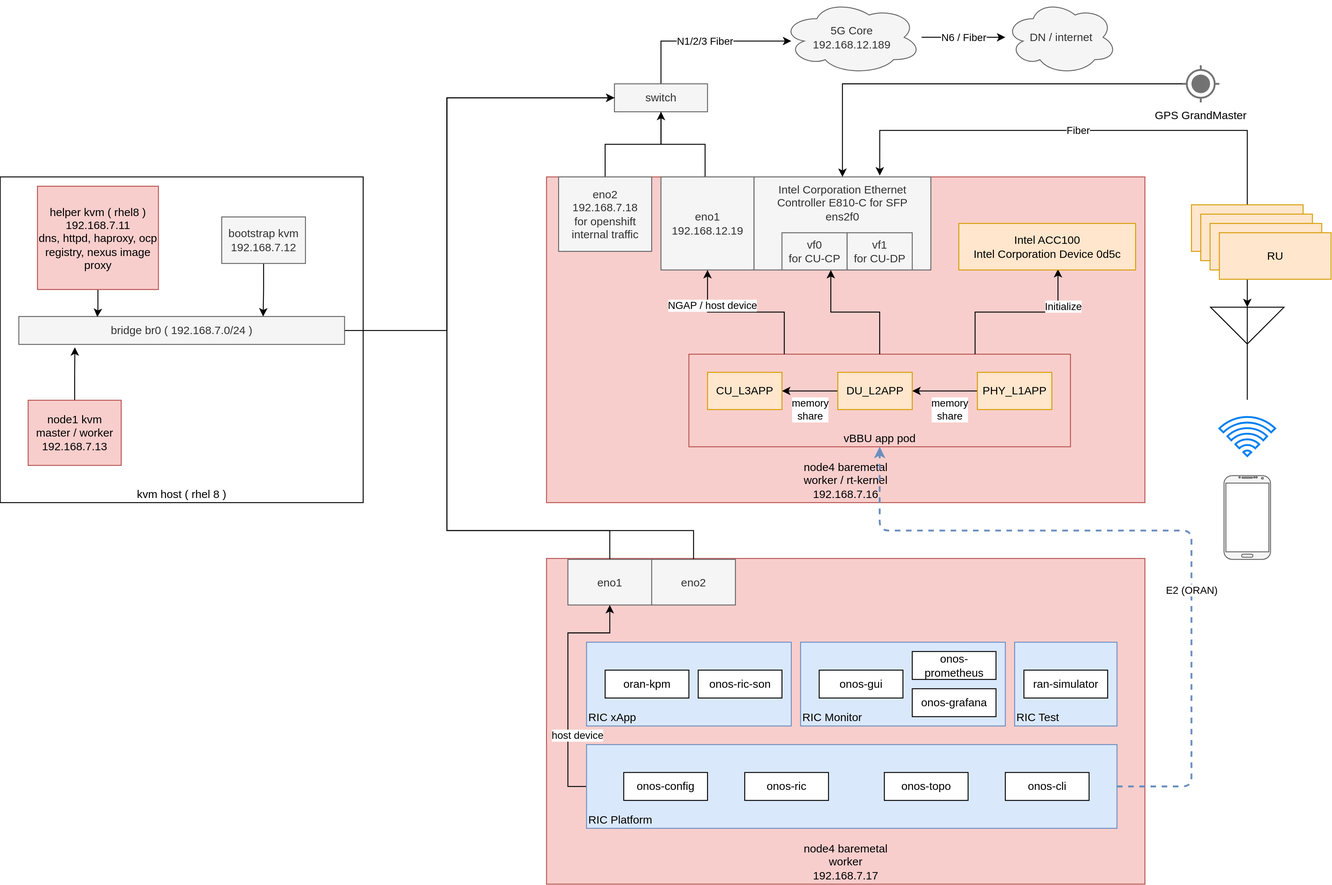
The draw.io diagram redhat/ocp4/4.10/dia/4.9.real-time.kernel.drawio.svg in wangzheng422/docker_env, before a commit. Source tidied: cells renumbered, new cells last; positions are measured from the earlier drawing's top-left corner, leaving out a move shared by most shapes.
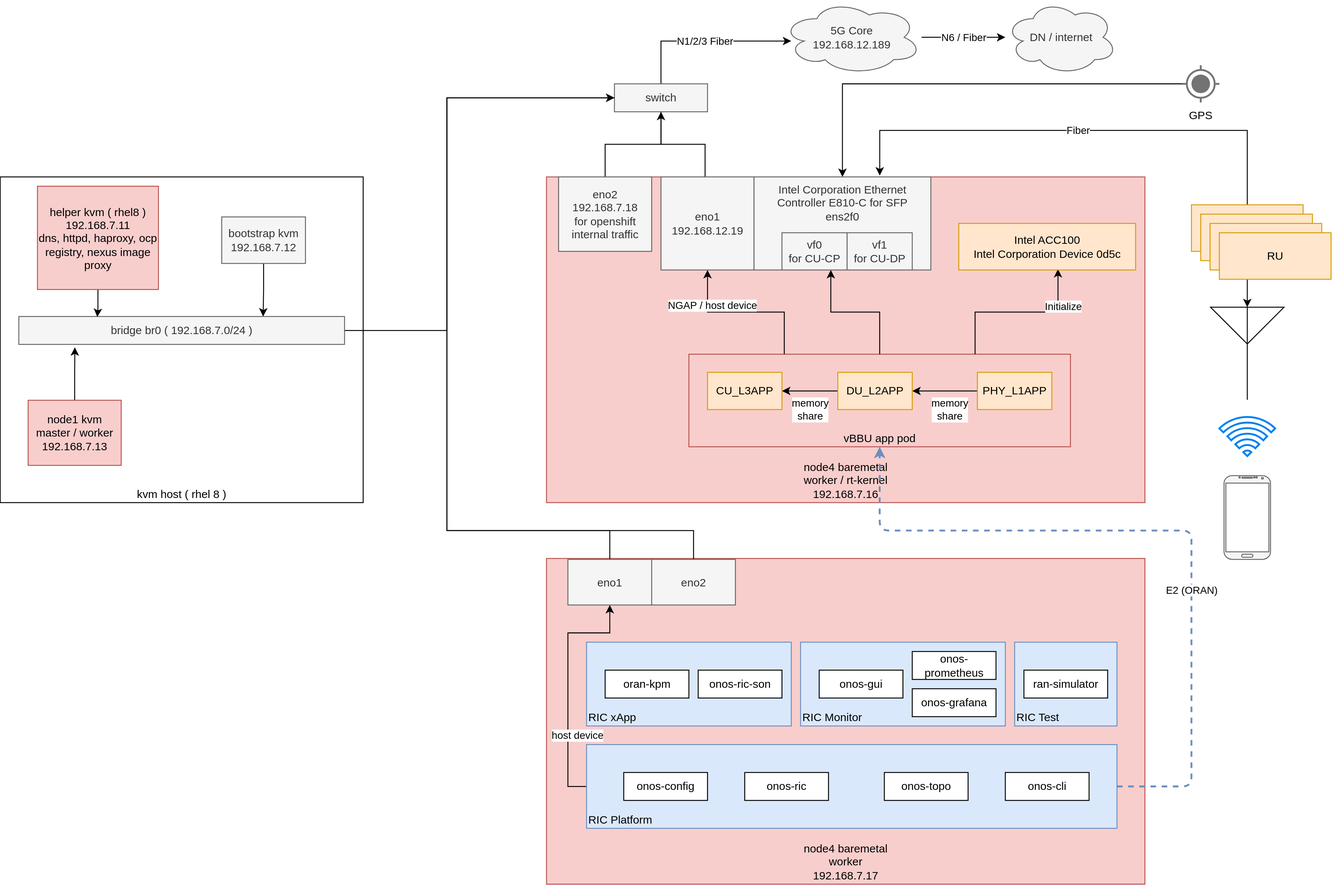
Later version of the same file.

The edit, as a diff of the source:
```diff
@@ -39,7 +39,7 @@
     <mxCell id="11" style="edgeStyle=orthogonalEdgeStyle;rounded=0;jettySize=auto;html=1;entryX=0.5;entryY=0;entryDx=0;entryDy=0;" parent="1" edge="1" source="12" target="33">
       <mxGeometry relative="1" as="geometry" />
     </mxCell>
-    <mxCell id="12" value="GPS GrandMaster" style="dashed=0;verticalLabelPosition=bottom;verticalAlign=top;align=center;shape=mxgraph.gmdl.gps;strokeColor=#737373;fillColor=#737373;shadow=0;strokeWidth=2;" parent="1" vertex="1">
+    <mxCell id="12" value="GPS" style="dashed=0;verticalLabelPosition=bottom;verticalAlign=top;align=center;shape=mxgraph.gmdl.gps;strokeColor=#737373;fillColor=#737373;shadow=0;strokeWidth=2;" parent="1" vertex="1">
       <mxGeometry x="1270" y="70" width="40" height="40" as="geometry" />
     </mxCell>
     <mxCell id="13" value="node4 baremetal&lt;br&gt;worker&lt;br&gt;192.168.7.17" style="rounded=0;whiteSpace=wrap;html=1;verticalAlign=bottom;fillColor=#f8cecc;strokeColor=#b85450;" parent="1" vertex="1">
```
